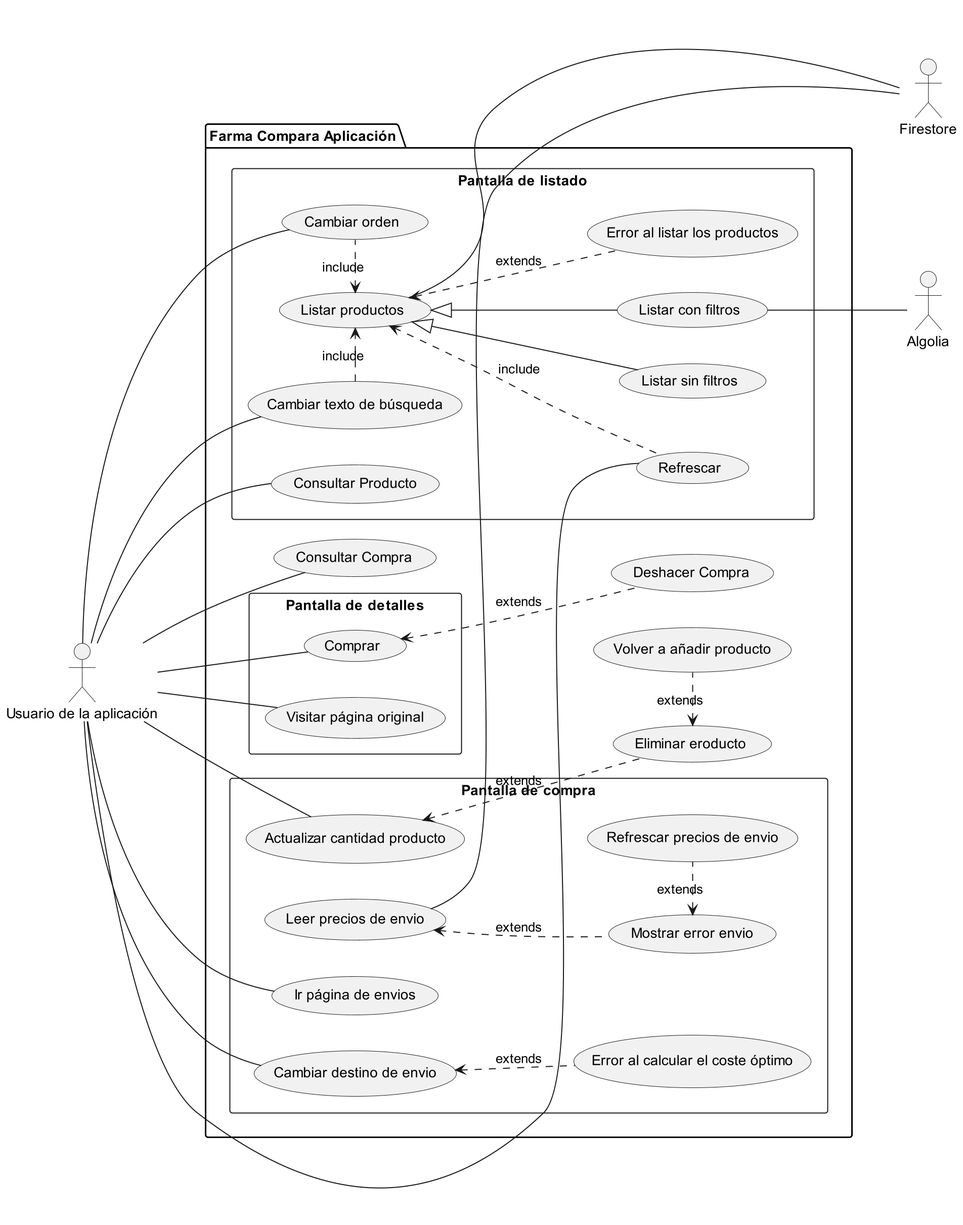
Above: out/docs/uml/casos_de_uso_app/casos_de_uso_app.png in Cavitedev/FarmaCompara (PlantUML), before the change.
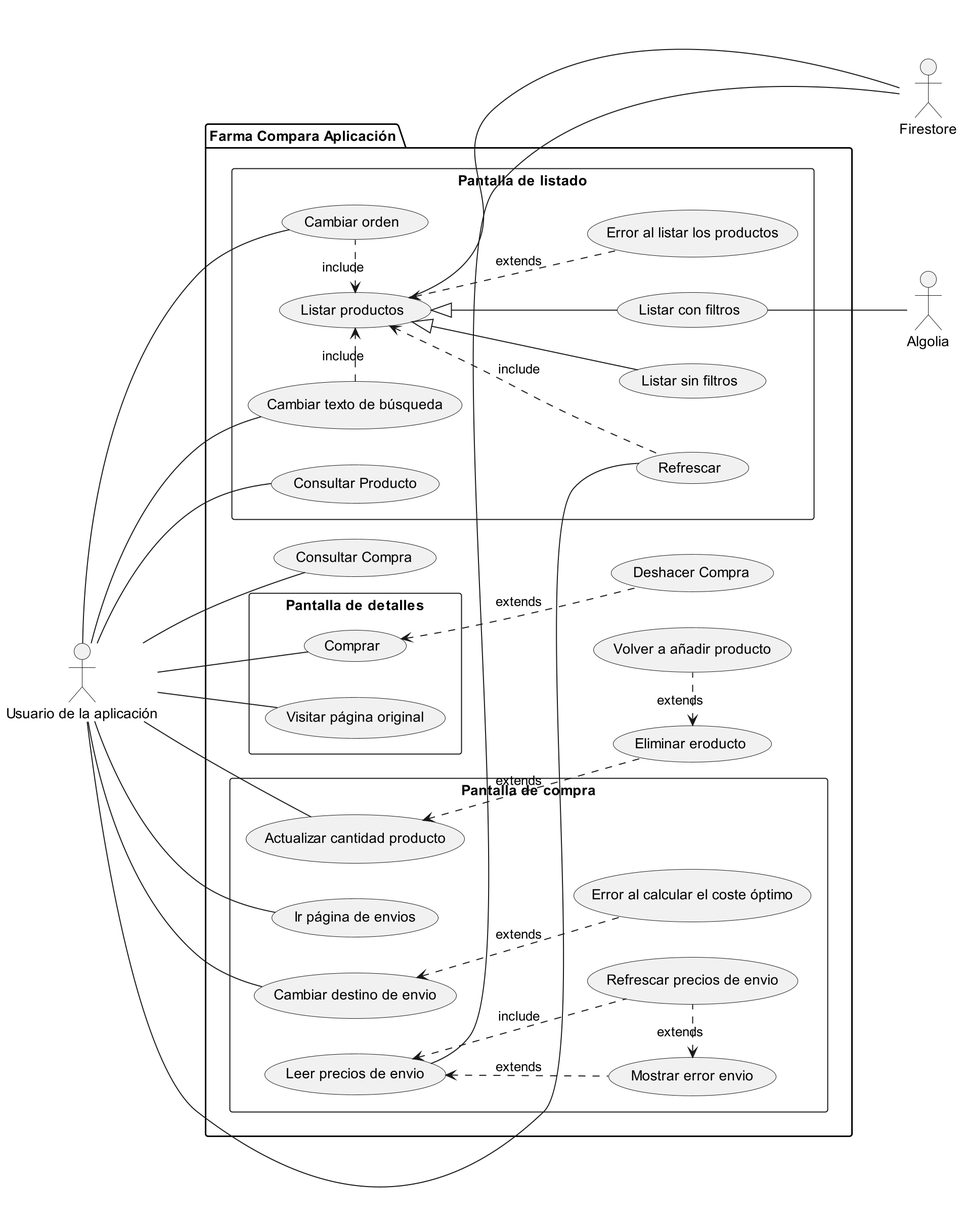
Above is the later version.

Commit message:
docs: :memo: #17 Añadir casos de uso a la app

Diff of the diagram source:
```diff
@@ -84,6 +84,7 @@
 LeerPreciosDeEnvio <.. MotrarErrorEnvio : extends
 MotrarErrorEnvio <. RefrescarPreciosEnvio : extends
 CambiarEnvio <.. ErrorCalculoPrecio : extends
+LeerPreciosDeEnvio <.. RefrescarPreciosEnvio  : include
 
 ListarProductos <|-- ListarSinFiltros
 ListarProductos <|-- ListarConFiltros
```
